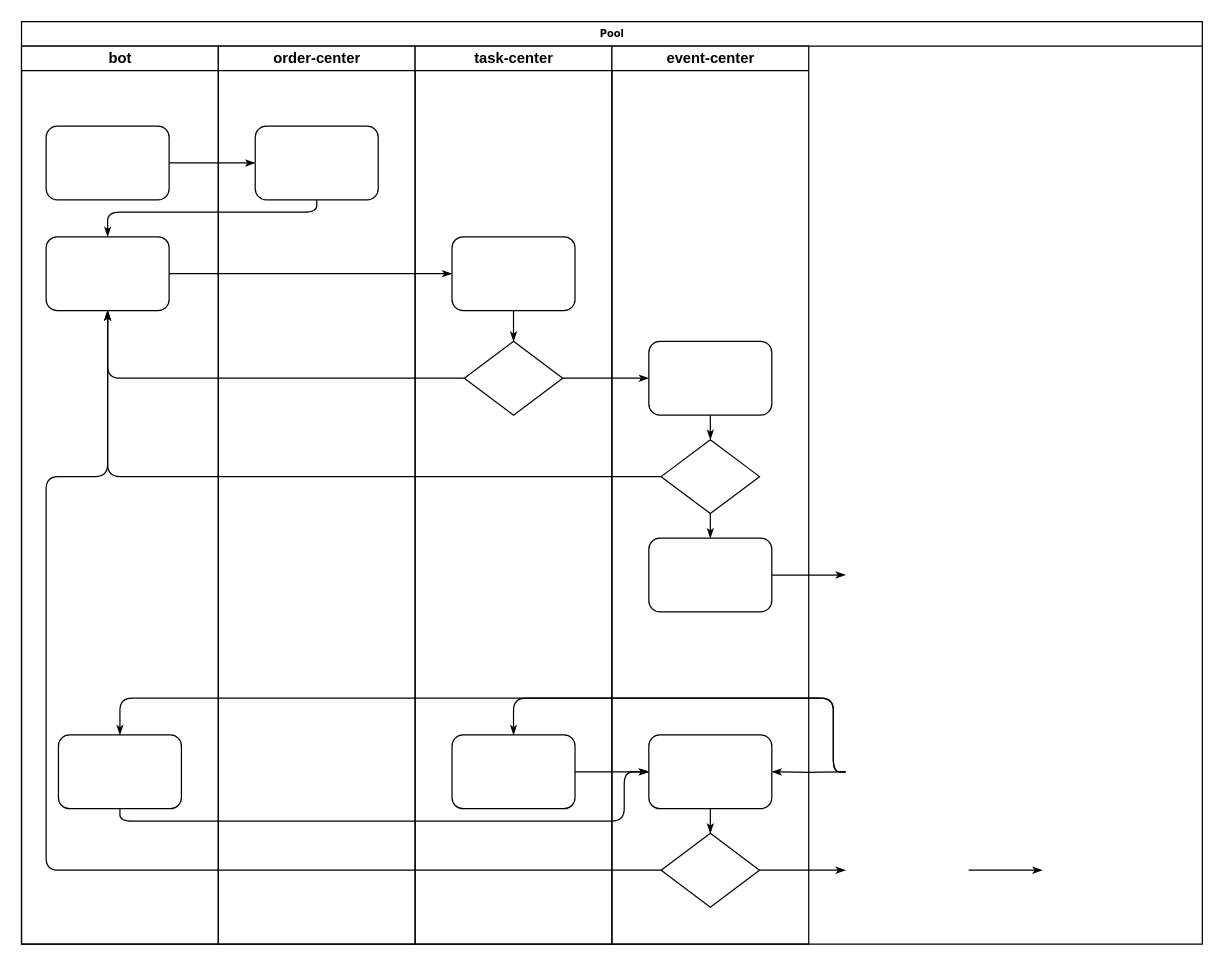
ZiHengLee/drawio keeps this draw.io diagram as 未命名绘图.drawio. Above is the earlier version. Source tidied: cells renumbered, new cells numbered last; positions are measured from the earlier drawing's top-left corner, leaving out a move shared by most shapes. Both pictures are drawn from the tidied source at 123%, with x=0, y=0 at pixel (21, 21).
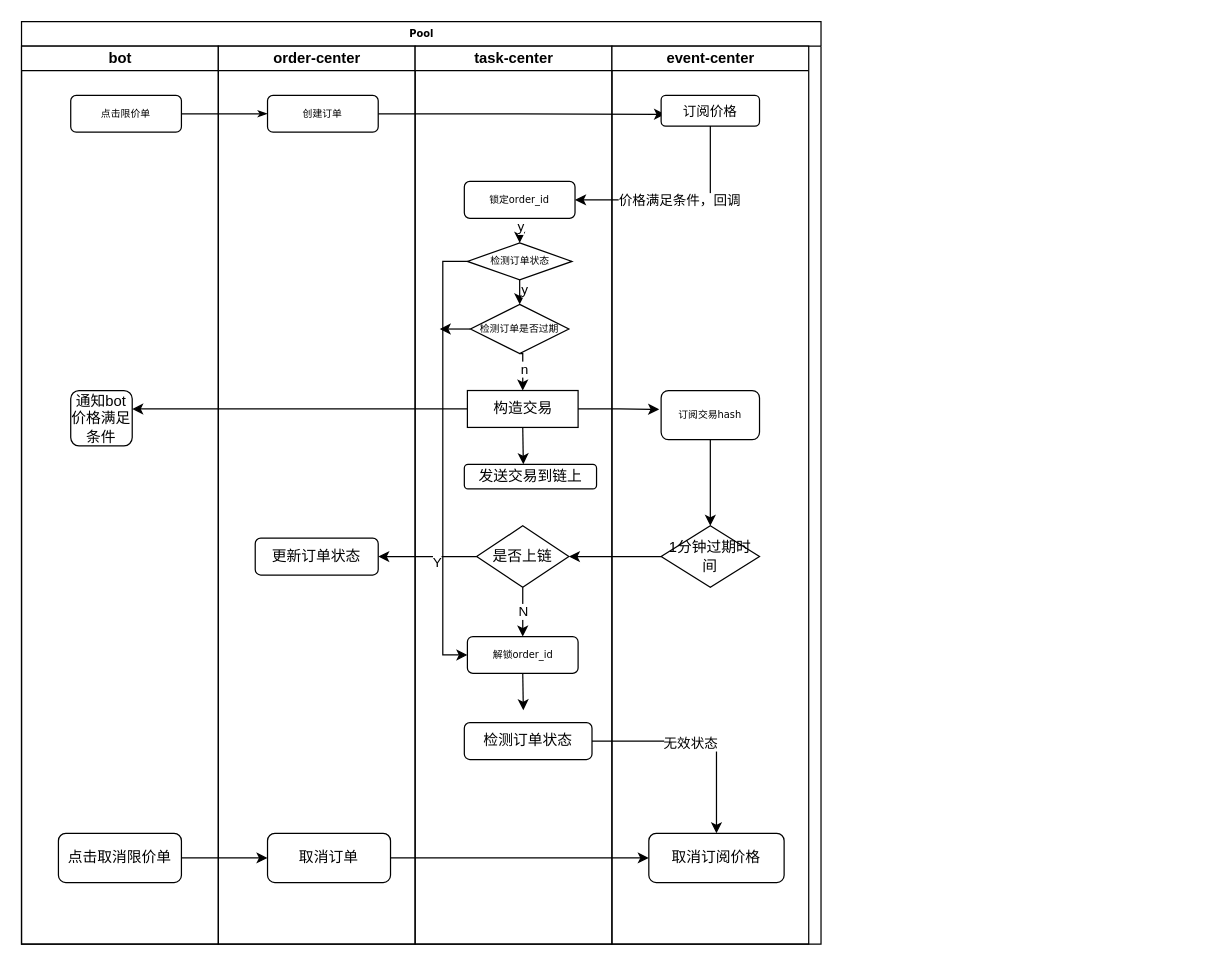
The same page after the edit.

Commit message:
新版限价单

The change refers to these unchanged cells:
```xml
<mxCell id="3" value="bot" style="swimlane;html=1;startSize=20;" parent="2" vertex="1">
  <mxGeometry y="20" width="160" height="730" as="geometry" />
</mxCell>
<mxCell id="22" value="order-center" style="swimlane;html=1;startSize=20;" parent="2" vertex="1">
  <mxGeometry x="160" y="20" width="160" height="730" as="geometry" />
</mxCell>
<mxCell id="24" value="task-center" style="swimlane;html=1;startSize=20;" parent="2" vertex="1">
  <mxGeometry x="320" y="20" width="160" height="730" as="geometry" />
</mxCell>
<mxCell id="29" value="event-center" style="swimlane;html=1;startSize=20;" parent="2" vertex="1">
  <mxGeometry x="480" y="20" width="160" height="730" as="geometry" />
</mxCell>
```

The edit, as a diff of the source:
```diff
@@
     <mxCell id="2" value="Pool" style="swimlane;html=1;startSize=20;rounded=0;shadow=0;labelBackgroundColor=none;strokeWidth=1;fontFamily=Verdana;fontSize=8;align=center;" parent="1" vertex="1">
-      <mxGeometry width="960" height="750" as="geometry" />
+      <mxGeometry width="650" height="750" as="geometry" />
     </mxCell>
@@
-    <mxCell id="4" style="rounded=1;whiteSpace=wrap;html=1;shadow=0;labelBackgroundColor=none;strokeWidth=1;fontFamily=Verdana;fontSize=8;align=center;" parent="3" vertex="1">
-      <mxGeometry x="20" y="65" width="100" height="60" as="geometry" />
+    <mxCell id="4" value="点击限价单" style="rounded=1;whiteSpace=wrap;html=1;shadow=0;labelBackgroundColor=none;strokeWidth=1;fontFamily=Verdana;fontSize=8;align=center;" parent="3" vertex="1">
+      <mxGeometry x="40" y="40" width="90" height="30" as="geometry" />
     </mxCell>
-    <mxCell id="5" style="rounded=1;whiteSpace=wrap;html=1;shadow=0;labelBackgroundColor=none;strokeWidth=1;fontFamily=Verdana;fontSize=8;align=center;" parent="3" vertex="1">
-      <mxGeometry x="20" y="155" width="100" height="60" as="geometry" />
-    </mxCell>
-    <mxCell id="6" style="rounded=1;whiteSpace=wrap;html=1;shadow=0;labelBackgroundColor=none;strokeWidth=1;fontFamily=Verdana;fontSize=8;align=center;" parent="3" vertex="1">
-      <mxGeometry x="30" y="560" width="100" height="60" as="geometry" />
-    </mxCell>
+    <mxCell id="38" value="通知bot价格满足条件" style="rounded=1;whiteSpace=wrap;html=1;" parent="3" vertex="1">
+      <mxGeometry x="40" y="280" width="50" height="45" as="geometry" />
+    </mxCell>
+    <mxCell id="39" value="点击取消限价单" style="rounded=1;whiteSpace=wrap;html=1;" parent="3" vertex="1">
+      <mxGeometry x="30" y="640" width="100" height="40" as="geometry" />
+    </mxCell>
@@
-    <mxCell id="8" style="edgeStyle=orthogonalEdgeStyle;rounded=1;html=1;labelBackgroundColor=none;startArrow=none;startFill=0;startSize=5;endArrow=classicThin;endFill=1;endSize=5;jettySize=auto;strokeWidth=1;fontFamily=Verdana;fontSize=8;" parent="2" edge="1" source="23" target="5">
-      <mxGeometry relative="1" as="geometry">
-        <Array as="points">
-          <mxPoint x="240" y="155" />
-          <mxPoint x="70" y="155" />
-        </Array>
-      </mxGeometry>
-    </mxCell>
-    <mxCell id="9" style="edgeStyle=orthogonalEdgeStyle;rounded=1;html=1;labelBackgroundColor=none;startArrow=none;startFill=0;startSize=5;endArrow=classicThin;endFill=1;endSize=5;jettySize=auto;strokeWidth=1;fontFamily=Verdana;fontSize=8;" parent="2" edge="1" source="5" target="25">
-      <mxGeometry relative="1" as="geometry" />
-    </mxCell>
-    <mxCell id="10" style="edgeStyle=orthogonalEdgeStyle;rounded=1;html=1;labelBackgroundColor=none;startArrow=none;startFill=0;startSize=5;endArrow=classicThin;endFill=1;endSize=5;jettySize=auto;strokeWidth=1;fontFamily=Verdana;fontSize=8;" parent="2" edge="1" source="26" target="5">
-      <mxGeometry relative="1" as="geometry" />
-    </mxCell>
-    <mxCell id="11" style="edgeStyle=orthogonalEdgeStyle;rounded=1;html=1;labelBackgroundColor=none;startArrow=none;startFill=0;startSize=5;endArrow=classicThin;endFill=1;endSize=5;jettySize=auto;strokeWidth=1;fontFamily=Verdana;fontSize=8;" parent="2" edge="1" source="31" target="5">
-      <mxGeometry relative="1" as="geometry" />
-    </mxCell>
-    <mxCell id="12" style="edgeStyle=orthogonalEdgeStyle;rounded=1;html=1;labelBackgroundColor=none;startArrow=none;startFill=0;startSize=5;endArrow=classicThin;endFill=1;endSize=5;jettySize=auto;strokeWidth=1;fontFamily=Verdana;fontSize=8;" parent="2" edge="1" source="34" target="5">
-      <mxGeometry relative="1" as="geometry">
-        <Array as="points">
-          <mxPoint x="20" y="690" />
-          <mxPoint x="20" y="370" />
-          <mxPoint x="70" y="370" />
-        </Array>
-      </mxGeometry>
-    </mxCell>
-    <mxCell id="13" style="edgeStyle=orthogonalEdgeStyle;rounded=1;html=1;labelBackgroundColor=none;startArrow=none;startFill=0;startSize=5;endArrow=classicThin;endFill=1;endSize=5;jettySize=auto;strokeWidth=1;fontFamily=Verdana;fontSize=8;" parent="2" edge="1" source="26" target="30">
-      <mxGeometry relative="1" as="geometry" />
-    </mxCell>
-    <mxCell id="14" style="edgeStyle=orthogonalEdgeStyle;rounded=1;html=1;labelBackgroundColor=none;startArrow=none;startFill=0;startSize=5;endArrow=classicThin;endFill=1;endSize=5;jettySize=auto;strokeWidth=1;fontFamily=Verdana;fontSize=8;" parent="2" edge="1" source="34">
-      <mxGeometry relative="1" as="geometry">
-        <mxPoint x="670" y="690" as="targetPoint" />
-      </mxGeometry>
-    </mxCell>
-    <mxCell id="15" style="edgeStyle=orthogonalEdgeStyle;rounded=1;html=1;labelBackgroundColor=none;startArrow=none;startFill=0;startSize=5;endArrow=classicThin;endFill=1;endSize=5;jettySize=auto;orthogonalLoop=1;strokeWidth=1;fontFamily=Verdana;fontSize=8;" parent="2" edge="1">
-      <mxGeometry relative="1" as="geometry">
-        <mxPoint x="770" y="690" as="sourcePoint" />
-        <mxPoint x="830" y="690" as="targetPoint" />
-      </mxGeometry>
-    </mxCell>
-    <mxCell id="16" style="edgeStyle=orthogonalEdgeStyle;rounded=1;html=1;labelBackgroundColor=none;startArrow=none;startFill=0;startSize=5;endArrow=classicThin;endFill=1;endSize=5;jettySize=auto;strokeWidth=1;fontFamily=Verdana;fontSize=8;" parent="2" edge="1" source="32">
-      <mxGeometry relative="1" as="geometry">
-        <mxPoint x="670" y="450" as="targetPoint" />
-      </mxGeometry>
-    </mxCell>
-    <mxCell id="17" style="edgeStyle=orthogonalEdgeStyle;rounded=1;html=1;labelBackgroundColor=none;startArrow=none;startFill=0;startSize=5;endArrow=classicThin;endFill=1;endSize=5;jettySize=auto;strokeWidth=1;fontFamily=Verdana;fontSize=8;" parent="2" edge="1" target="27">
-      <mxGeometry relative="1" as="geometry">
-        <mxPoint x="670" y="610" as="sourcePoint" />
-        <Array as="points">
-          <mxPoint x="660" y="610" />
-          <mxPoint x="660" y="550" />
-          <mxPoint x="400" y="550" />
-        </Array>
-      </mxGeometry>
-    </mxCell>
-    <mxCell id="18" style="edgeStyle=orthogonalEdgeStyle;rounded=1;html=1;labelBackgroundColor=none;startArrow=none;startFill=0;startSize=5;endArrow=classicThin;endFill=1;endSize=5;jettySize=auto;strokeColor=#000000;strokeWidth=1;fontFamily=Verdana;fontSize=8;fontColor=#000000;" parent="2" edge="1" target="33">
-      <mxGeometry relative="1" as="geometry">
-        <mxPoint x="670" y="610" as="sourcePoint" />
-      </mxGeometry>
-    </mxCell>
-    <mxCell id="19" style="edgeStyle=orthogonalEdgeStyle;rounded=1;html=1;labelBackgroundColor=none;startArrow=none;startFill=0;startSize=5;endArrow=classicThin;endFill=1;endSize=5;jettySize=auto;strokeWidth=1;fontFamily=Verdana;fontSize=8;" parent="2" edge="1" target="6">
-      <mxGeometry relative="1" as="geometry">
-        <mxPoint x="670" y="610" as="sourcePoint" />
-        <Array as="points">
-          <mxPoint x="660" y="610" />
-          <mxPoint x="660" y="550" />
-          <mxPoint x="80" y="550" />
-        </Array>
-      </mxGeometry>
-    </mxCell>
-    <mxCell id="20" style="edgeStyle=orthogonalEdgeStyle;rounded=1;html=1;labelBackgroundColor=none;startArrow=none;startFill=0;startSize=5;endArrow=classicThin;endFill=1;endSize=5;jettySize=auto;strokeWidth=1;fontFamily=Verdana;fontSize=8;" parent="2" edge="1" source="6" target="33">
-      <mxGeometry relative="1" as="geometry">
-        <Array as="points">
-          <mxPoint x="80" y="650" />
-          <mxPoint x="490" y="650" />
-          <mxPoint x="490" y="610" />
-        </Array>
-      </mxGeometry>
-    </mxCell>
-    <mxCell id="21" style="edgeStyle=orthogonalEdgeStyle;rounded=1;html=1;labelBackgroundColor=none;startArrow=none;startFill=0;startSize=5;endArrow=classicThin;endFill=1;endSize=5;jettySize=auto;strokeWidth=1;fontFamily=Verdana;fontSize=8;" parent="2" edge="1" source="27" target="33">
-      <mxGeometry relative="1" as="geometry" />
-    </mxCell>
@@
-    <mxCell id="23" style="rounded=1;whiteSpace=wrap;html=1;shadow=0;labelBackgroundColor=none;strokeWidth=1;fontFamily=Verdana;fontSize=8;align=center;" parent="22" vertex="1">
-      <mxGeometry x="30" y="65" width="100" height="60" as="geometry" />
+    <mxCell id="23" value="创建订单" style="rounded=1;whiteSpace=wrap;html=1;shadow=0;labelBackgroundColor=none;strokeWidth=1;fontFamily=Verdana;fontSize=8;align=center;" parent="22" vertex="1">
+      <mxGeometry x="40" y="40" width="90" height="30" as="geometry" />
     </mxCell>
+    <mxCell id="40" value="更新订单状态" style="rounded=1;whiteSpace=wrap;html=1;" parent="22" vertex="1">
+      <mxGeometry x="30" y="400" width="100" height="30" as="geometry" />
+    </mxCell>
+    <mxCell id="41" value="取消订单" style="rounded=1;whiteSpace=wrap;html=1;" parent="22" vertex="1">
+      <mxGeometry x="40" y="640" width="100" height="40" as="geometry" />
+    </mxCell>
+    <mxCell id="42" style="edgeStyle=orthogonalEdgeStyle;rounded=0;jettySize=auto;html=1;exitX=1;exitY=0.5;exitDx=0;exitDy=0;entryX=0.04;entryY=0.617;entryDx=0;entryDy=0;entryPerimeter=0;" parent="2" edge="1" source="23" target="30">
+      <mxGeometry relative="1" as="geometry" />
+    </mxCell>
+    <mxCell id="43" style="edgeStyle=orthogonalEdgeStyle;rounded=0;jettySize=auto;html=1;exitX=0.5;exitY=1;exitDx=0;exitDy=0;entryX=1;entryY=0.5;entryDx=0;entryDy=0;" parent="2" edge="1" source="30" target="25">
+      <mxGeometry relative="1" as="geometry" />
+    </mxCell>
+    <mxCell id="44" value="价格满足条件，回调" style="edgeLabel;html=1;align=center;verticalAlign=middle;" parent="43" vertex="1">
+      <mxGeometry x="0.01" relative="1" as="geometry" />
+    </mxCell>
@@
+    <mxCell id="28" style="edgeStyle=orthogonalEdgeStyle;rounded=0;jettySize=auto;html=1;exitX=0.5;exitY=1;exitDx=0;exitDy=0;entryX=0.5;entryY=0;entryDx=0;entryDy=0;" parent="24" edge="1" source="25" target="26">
+      <mxGeometry relative="1" as="geometry" />
+    </mxCell>
+    <mxCell id="45" value="y" style="edgeLabel;html=1;align=center;verticalAlign=middle;" parent="28" vertex="1">
+      <mxGeometry x="-0.4" relative="1" as="geometry" />
+    </mxCell>
-    <mxCell id="25" style="rounded=1;whiteSpace=wrap;html=1;shadow=0;labelBackgroundColor=none;strokeWidth=1;fontFamily=Verdana;fontSize=8;align=center;" parent="24" vertex="1">
-      <mxGeometry x="30" y="155" width="100" height="60" as="geometry" />
+    <mxCell id="25" value="锁定order_id" style="rounded=1;whiteSpace=wrap;html=1;shadow=0;labelBackgroundColor=none;strokeWidth=1;fontFamily=Verdana;fontSize=8;align=center;" parent="24" vertex="1">
+      <mxGeometry x="40" y="110" width="90" height="30" as="geometry" />
     </mxCell>
+    <mxCell id="46" style="edgeStyle=orthogonalEdgeStyle;rounded=0;jettySize=auto;html=1;exitX=0.5;exitY=1;exitDx=0;exitDy=0;entryX=0.5;entryY=0;entryDx=0;entryDy=0;" parent="24" edge="1" source="26" target="31">
+      <mxGeometry relative="1" as="geometry" />
+    </mxCell>
+    <mxCell id="47" value="y" style="edgeLabel;html=1;align=center;verticalAlign=middle;" parent="46" vertex="1">
+      <mxGeometry x="-0.3" y="3" relative="1" as="geometry" />
+    </mxCell>
+    <mxCell id="48" style="edgeStyle=orthogonalEdgeStyle;rounded=0;jettySize=auto;html=1;exitX=0;exitY=0.5;exitDx=0;exitDy=0;entryX=0;entryY=0.5;entryDx=0;entryDy=0;" parent="24" edge="1" source="26" target="59">
+      <mxGeometry relative="1" as="geometry" />
+    </mxCell>
-    <mxCell id="26" style="rhombus;whiteSpace=wrap;html=1;rounded=0;shadow=0;labelBackgroundColor=none;strokeWidth=1;fontFamily=Verdana;fontSize=8;align=center;" parent="24" vertex="1">
-      <mxGeometry x="40" y="240" width="80" height="60" as="geometry" />
+    <mxCell id="26" value="检测订单状态" style="rhombus;whiteSpace=wrap;html=1;rounded=0;shadow=0;labelBackgroundColor=none;strokeWidth=1;fontFamily=Verdana;fontSize=8;align=center;" parent="24" vertex="1">
+      <mxGeometry x="42.5" y="160" width="85" height="30" as="geometry" />
     </mxCell>
-    <mxCell id="27" style="rounded=1;whiteSpace=wrap;html=1;shadow=0;labelBackgroundColor=none;strokeWidth=1;fontFamily=Verdana;fontSize=8;align=center;" parent="24" vertex="1">
-      <mxGeometry x="30" y="560" width="100" height="60" as="geometry" />
-    </mxCell>
-    <mxCell id="28" style="edgeStyle=orthogonalEdgeStyle;rounded=1;html=1;labelBackgroundColor=none;startArrow=none;startFill=0;startSize=5;endArrow=classicThin;endFill=1;endSize=5;jettySize=auto;strokeWidth=1;fontFamily=Verdana;fontSize=8;" parent="24" edge="1" source="25" target="26">
-      <mxGeometry relative="1" as="geometry" />
-    </mxCell>
+    <mxCell id="49" style="edgeStyle=orthogonalEdgeStyle;rounded=0;jettySize=auto;html=1;exitX=0.5;exitY=1;exitDx=0;exitDy=0;entryX=0.5;entryY=0;entryDx=0;entryDy=0;" parent="24" edge="1" source="31" target="54">
+      <mxGeometry relative="1" as="geometry" />
+    </mxCell>
+    <mxCell id="50" value="n" style="edgeLabel;html=1;align=center;verticalAlign=middle;" parent="49" vertex="1">
+      <mxGeometry x="-0.11" y="1" relative="1" as="geometry">
+        <mxPoint y="1" as="offset" />
+      </mxGeometry>
+    </mxCell>
+    <mxCell id="51" style="edgeStyle=orthogonalEdgeStyle;rounded=0;jettySize=auto;html=1;exitX=0;exitY=0.5;exitDx=0;exitDy=0;" parent="24" edge="1" source="31">
+      <mxGeometry relative="1" as="geometry">
+        <mxPoint x="20" y="230" as="targetPoint" />
+      </mxGeometry>
+    </mxCell>
+    <mxCell id="31" value="检测订单是否过期" style="rhombus;whiteSpace=wrap;html=1;rounded=0;shadow=0;labelBackgroundColor=none;strokeWidth=1;fontFamily=Verdana;fontSize=8;align=center;" parent="24" vertex="1">
+      <mxGeometry x="45" y="210" width="80" height="40" as="geometry" />
+    </mxCell>
+    <mxCell id="52" style="edgeStyle=orthogonalEdgeStyle;rounded=0;jettySize=auto;html=1;exitX=0.5;exitY=1;exitDx=0;exitDy=0;" parent="24" edge="1" source="54">
+      <mxGeometry relative="1" as="geometry">
+        <mxPoint x="88" y="340" as="targetPoint" />
+      </mxGeometry>
+    </mxCell>
+    <mxCell id="53" style="edgeStyle=orthogonalEdgeStyle;rounded=0;jettySize=auto;html=1;exitX=0;exitY=0.5;exitDx=0;exitDy=0;" parent="24" edge="1" source="54">
+      <mxGeometry relative="1" as="geometry">
+        <mxPoint x="-230" y="295" as="targetPoint" />
+      </mxGeometry>
+    </mxCell>
+    <mxCell id="54" value="构造交易" style="whiteSpace=wrap;html=1;" parent="24" vertex="1">
+      <mxGeometry x="42.5" y="280" width="90" height="30" as="geometry" />
+    </mxCell>
+    <mxCell id="55" value="发送交易到链上" style="rounded=1;whiteSpace=wrap;html=1;" parent="24" vertex="1">
+      <mxGeometry x="40" y="340" width="107.5" height="20" as="geometry" />
+    </mxCell>
+    <mxCell id="56" value="N" style="edgeStyle=orthogonalEdgeStyle;rounded=0;jettySize=auto;html=1;exitX=0.5;exitY=1;exitDx=0;exitDy=0;entryX=0.5;entryY=0;entryDx=0;entryDy=0;" parent="24" edge="1" source="57" target="59">
+      <mxGeometry relative="1" as="geometry" />
+    </mxCell>
+    <mxCell id="57" value="是否上链" style="rhombus;whiteSpace=wrap;html=1;" parent="24" vertex="1">
+      <mxGeometry x="50" y="390" width="75" height="50" as="geometry" />
+    </mxCell>
+    <mxCell id="58" style="edgeStyle=orthogonalEdgeStyle;rounded=0;jettySize=auto;html=1;exitX=0.5;exitY=1;exitDx=0;exitDy=0;" parent="24" edge="1" source="59">
+      <mxGeometry relative="1" as="geometry">
+        <mxPoint x="88" y="540" as="targetPoint" />
+      </mxGeometry>
+    </mxCell>
+    <mxCell id="59" value="解锁order_id" style="rounded=1;whiteSpace=wrap;html=1;shadow=0;labelBackgroundColor=none;strokeWidth=1;fontFamily=Verdana;fontSize=8;align=center;" parent="24" vertex="1">
+      <mxGeometry x="42.5" y="480" width="90" height="30" as="geometry" />
+    </mxCell>
+    <mxCell id="60" value="检测订单状态" style="rounded=1;whiteSpace=wrap;html=1;" parent="24" vertex="1">
+      <mxGeometry x="40" y="550" width="103.8" height="30" as="geometry" />
+    </mxCell>
+    <mxCell id="61" style="edgeStyle=orthogonalEdgeStyle;rounded=0;jettySize=auto;html=1;exitX=1;exitY=0.5;exitDx=0;exitDy=0;entryX=-0.02;entryY=0.383;entryDx=0;entryDy=0;entryPerimeter=0;" parent="2" edge="1" source="54" target="32">
+      <mxGeometry relative="1" as="geometry" />
+    </mxCell>
+    <mxCell id="62" style="edgeStyle=orthogonalEdgeStyle;rounded=0;jettySize=auto;html=1;exitX=0;exitY=0.5;exitDx=0;exitDy=0;entryX=1;entryY=0.5;entryDx=0;entryDy=0;" parent="2" edge="1" source="69" target="57">
+      <mxGeometry relative="1" as="geometry" />
+    </mxCell>
+    <mxCell id="63" style="edgeStyle=orthogonalEdgeStyle;rounded=0;jettySize=auto;html=1;exitX=1;exitY=0.5;exitDx=0;exitDy=0;entryX=0;entryY=0.5;entryDx=0;entryDy=0;" parent="2" edge="1" source="41" target="70">
+      <mxGeometry relative="1" as="geometry" />
+    </mxCell>
+    <mxCell id="64" style="edgeStyle=orthogonalEdgeStyle;rounded=0;jettySize=auto;html=1;exitX=1;exitY=0.5;exitDx=0;exitDy=0;entryX=0.5;entryY=0;entryDx=0;entryDy=0;" parent="2" edge="1" source="60" target="70">
+      <mxGeometry relative="1" as="geometry" />
+    </mxCell>
+    <mxCell id="65" value="无效状态" style="edgeLabel;html=1;align=center;verticalAlign=middle;" parent="64" vertex="1">
+      <mxGeometry x="-0.09" y="-1" relative="1" as="geometry" />
+    </mxCell>
+    <mxCell id="66" style="edgeStyle=orthogonalEdgeStyle;rounded=0;jettySize=auto;html=1;" parent="2" edge="1" source="57" target="40">
+      <mxGeometry relative="1" as="geometry" />
+    </mxCell>
+    <mxCell id="67" value="Y" style="edgeLabel;html=1;align=center;verticalAlign=middle;" parent="66" vertex="1">
+      <mxGeometry x="-0.17" y="4" relative="1" as="geometry" />
+    </mxCell>
@@
-    <mxCell id="30" style="rounded=1;whiteSpace=wrap;html=1;shadow=0;labelBackgroundColor=none;strokeWidth=1;fontFamily=Verdana;fontSize=8;align=center;" parent="29" vertex="1">
-      <mxGeometry x="30" y="240" width="100" height="60" as="geometry" />
+    <mxCell id="30" value="&lt;span style=&quot;font-family: Helvetica; font-size: 11px; text-wrap: nowrap; background-color: rgb(255, 255, 255);&quot;&gt;订阅价格&lt;/span&gt;" style="rounded=1;whiteSpace=wrap;html=1;shadow=0;labelBackgroundColor=none;strokeWidth=1;fontFamily=Verdana;fontSize=8;align=center;" parent="29" vertex="1">
+      <mxGeometry x="40" y="40" width="80" height="25" as="geometry" />
     </mxCell>
-    <mxCell id="31" style="rhombus;whiteSpace=wrap;html=1;rounded=0;shadow=0;labelBackgroundColor=none;strokeWidth=1;fontFamily=Verdana;fontSize=8;align=center;" parent="29" vertex="1">
-      <mxGeometry x="40" y="320" width="80" height="60" as="geometry" />
-    </mxCell>
+    <mxCell id="68" style="edgeStyle=orthogonalEdgeStyle;rounded=0;jettySize=auto;html=1;exitX=0.5;exitY=1;exitDx=0;exitDy=0;entryX=0.5;entryY=0;entryDx=0;entryDy=0;" parent="29" edge="1" source="32" target="69">
+      <mxGeometry relative="1" as="geometry" />
+    </mxCell>
-    <mxCell id="32" style="rounded=1;whiteSpace=wrap;html=1;shadow=0;labelBackgroundColor=none;strokeWidth=1;fontFamily=Verdana;fontSize=8;align=center;" parent="29" vertex="1">
-      <mxGeometry x="30" y="400" width="100" height="60" as="geometry" />
+    <mxCell id="32" value="订阅交易hash" style="rounded=1;whiteSpace=wrap;html=1;shadow=0;labelBackgroundColor=none;strokeWidth=1;fontFamily=Verdana;fontSize=8;align=center;" parent="29" vertex="1">
+      <mxGeometry x="40" y="280" width="80" height="40" as="geometry" />
     </mxCell>
-    <mxCell id="33" style="rounded=1;whiteSpace=wrap;html=1;shadow=0;labelBackgroundColor=none;strokeWidth=1;fontFamily=Verdana;fontSize=8;align=center;" parent="29" vertex="1">
-      <mxGeometry x="30" y="560" width="100" height="60" as="geometry" />
-    </mxCell>
-    <mxCell id="34" style="rhombus;whiteSpace=wrap;html=1;rounded=0;shadow=0;labelBackgroundColor=none;strokeWidth=1;fontFamily=Verdana;fontSize=8;align=center;" parent="29" vertex="1">
-      <mxGeometry x="40" y="640" width="80" height="60" as="geometry" />
-    </mxCell>
-    <mxCell id="35" style="edgeStyle=orthogonalEdgeStyle;rounded=1;html=1;labelBackgroundColor=none;startArrow=none;startFill=0;startSize=5;endArrow=classicThin;endFill=1;endSize=5;jettySize=auto;strokeColor=#000000;strokeWidth=1;fontFamily=Verdana;fontSize=8;fontColor=#000000;" parent="29" edge="1" source="30" target="31">
-      <mxGeometry relative="1" as="geometry" />
-    </mxCell>
-    <mxCell id="36" style="edgeStyle=orthogonalEdgeStyle;rounded=1;html=1;labelBackgroundColor=none;startArrow=none;startFill=0;startSize=5;endArrow=classicThin;endFill=1;endSize=5;jettySize=auto;strokeWidth=1;fontFamily=Verdana;fontSize=8;" parent="29" edge="1" source="31" target="32">
-      <mxGeometry relative="1" as="geometry" />
-    </mxCell>
-    <mxCell id="37" style="edgeStyle=orthogonalEdgeStyle;rounded=1;html=1;labelBackgroundColor=none;startArrow=none;startFill=0;startSize=5;endArrow=classicThin;endFill=1;endSize=5;jettySize=auto;strokeWidth=1;fontFamily=Verdana;fontSize=8;" parent="29" edge="1" source="33" target="34">
-      <mxGeometry relative="1" as="geometry" />
-    </mxCell>
+    <mxCell id="69" value="1分钟过期时间" style="rhombus;whiteSpace=wrap;html=1;" parent="29" vertex="1">
+      <mxGeometry x="40" y="390" width="80" height="50" as="geometry" />
+    </mxCell>
+    <mxCell id="70" value="取消订阅价格" style="rounded=1;whiteSpace=wrap;html=1;" parent="29" vertex="1">
+      <mxGeometry x="30" y="640" width="110" height="40" as="geometry" />
+    </mxCell>
+    <mxCell id="71" style="edgeStyle=orthogonalEdgeStyle;rounded=0;jettySize=auto;html=1;exitX=1;exitY=0.5;exitDx=0;exitDy=0;entryX=0;entryY=0.5;entryDx=0;entryDy=0;" parent="2" edge="1" source="39" target="41">
+      <mxGeometry relative="1" as="geometry" />
+    </mxCell>
```
